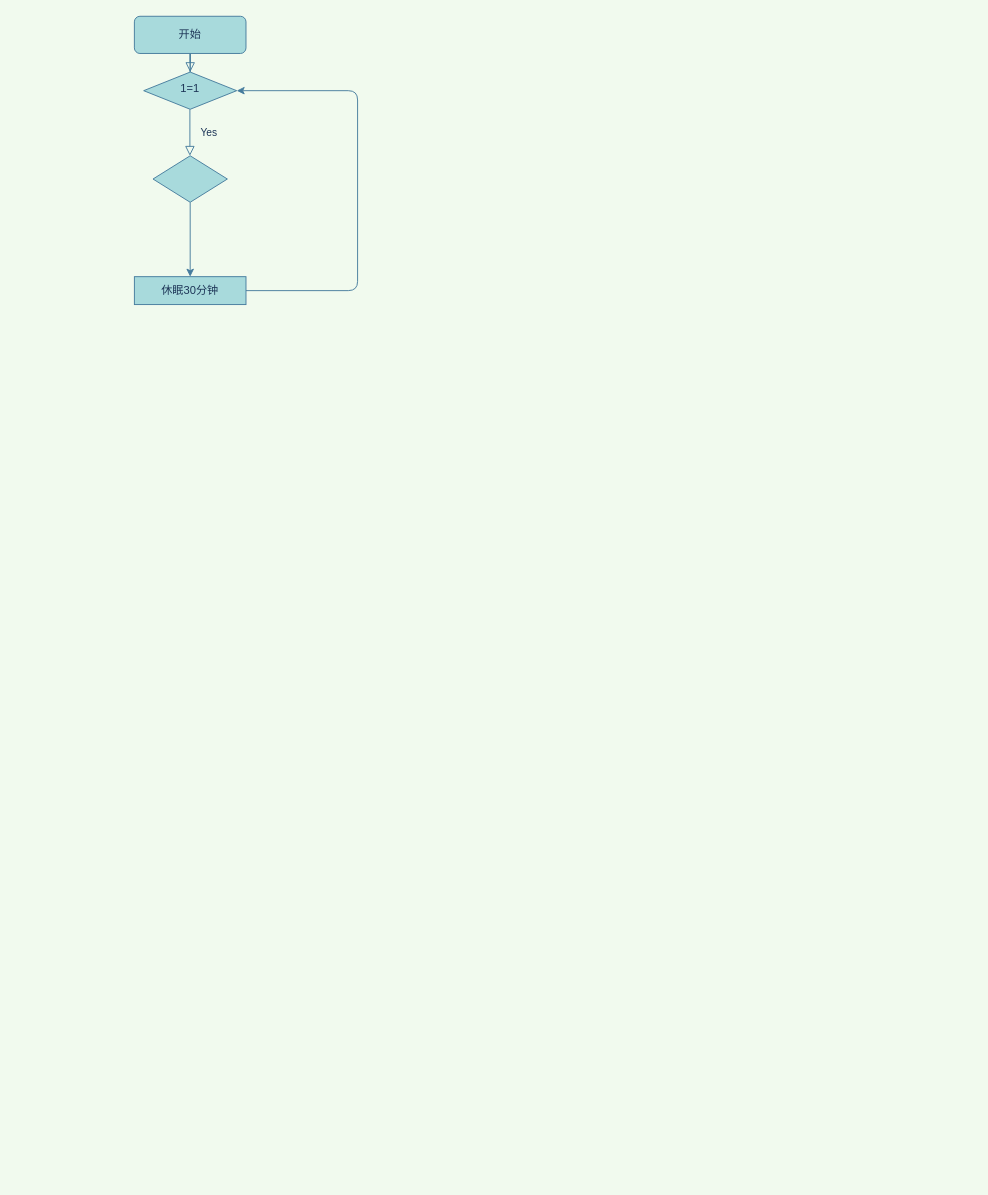
Before: draw/算法流程.drawio in wangwuhua11/draw, a draw.io diagram. Source tidied: cells renumbered, new cells numbered last; positions are measured from the earlier drawing's top-left corner, leaving out a move shared by most shapes. Both pictures are drawn from the tidied source at 93%, with x=0, y=0 at pixel (134, 16).
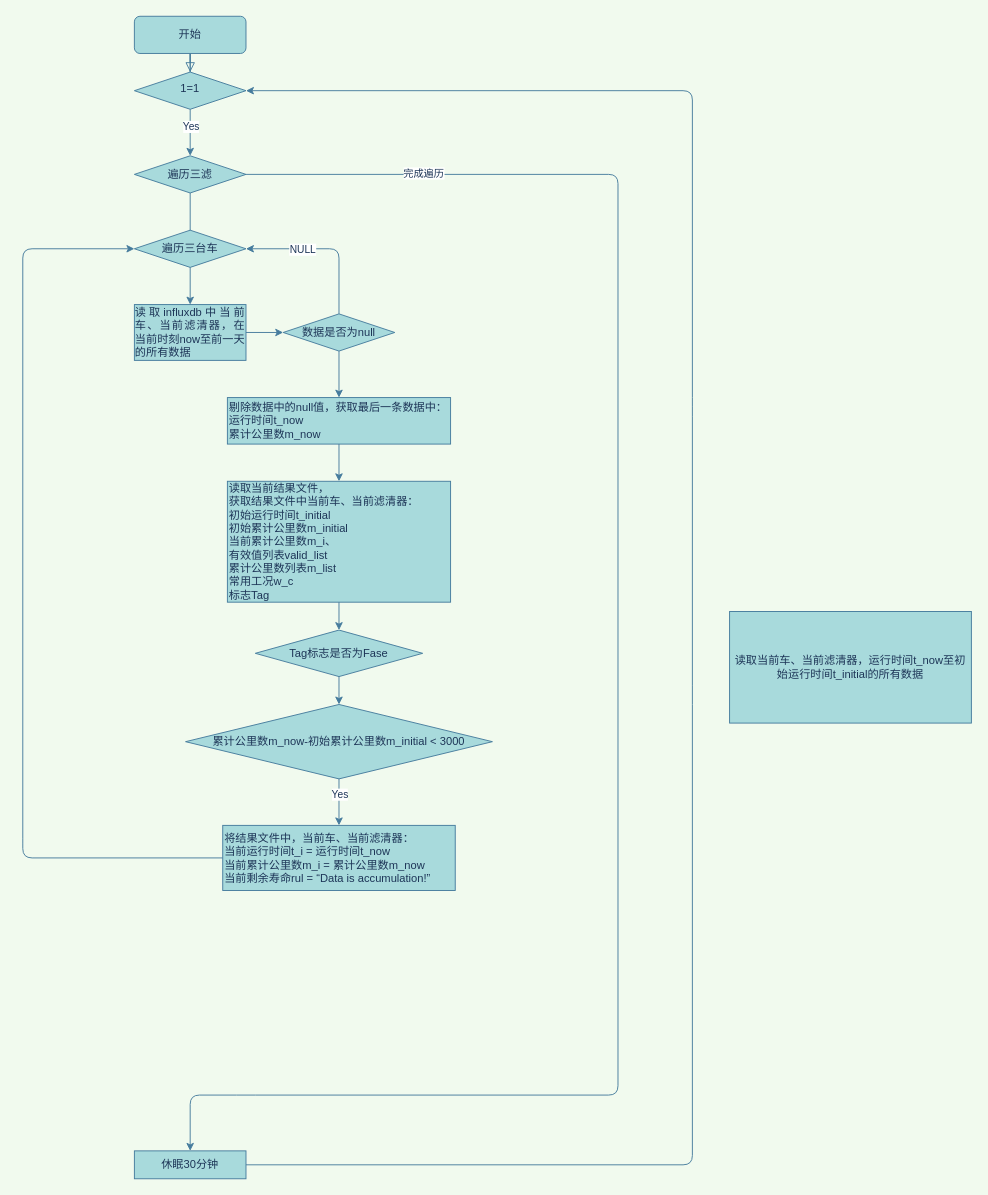
Above is the later version.

Commit message (it also covers changes not shown here):
更新算法流程.drawio

What changed in the source:
```diff
@@
-    <mxCell id="4" value="Yes" style="rounded=0;html=1;jettySize=auto;orthogonalLoop=1;fontSize=11;endArrow=block;endFill=0;endSize=8;strokeWidth=1;shadow=0;labelBackgroundColor=none;edgeStyle=orthogonalEdgeStyle;strokeColor=#457B9D;fontColor=#1D3557;" parent="1" edge="1">
-      <mxGeometry y="20" relative="1" as="geometry">
-        <mxPoint x="59.7" y="100" as="sourcePoint" />
-        <mxPoint x="59.7" y="150" as="targetPoint" />
-      </mxGeometry>
-    </mxCell>
     <mxCell id="5" value="1=1" style="rhombus;whiteSpace=wrap;html=1;shadow=0;fontFamily=Helvetica;fontSize=12;align=center;strokeWidth=1;spacing=6;spacingTop=-4;fillColor=#A8DADC;strokeColor=#457B9D;fontColor=#1D3557;" parent="1" vertex="1">
-      <mxGeometry x="10" y="60" width="100" height="40" as="geometry" />
+      <mxGeometry y="60" width="120" height="40" as="geometry" />
     </mxCell>
     <mxCell id="6" value="休眠30分钟" style="rounded=0;whiteSpace=wrap;html=1;sketch=0;fontColor=#1D3557;strokeColor=#457B9D;fillColor=#A8DADC;" parent="1" vertex="1">
-      <mxGeometry y="280" width="120" height="30" as="geometry" />
+      <mxGeometry y="1220" width="120" height="30" as="geometry" />
     </mxCell>
     <mxCell id="7" style="endArrow=classic;html=1;rounded=1;sketch=0;fontColor=#1D3557;strokeColor=#457B9D;fillColor=#A8DADC;curved=0;entryX=1;entryY=0.5;entryDx=0;entryDy=0;exitX=1;exitY=0.5;exitDx=0;exitDy=0;" parent="1" edge="1" source="6" target="5">
       <mxGeometry relative="1" as="geometry">
         <Array as="points">
-          <mxPoint x="240" y="295" />
-          <mxPoint x="240" y="80" />
+          <mxPoint x="600" y="1235" />
+          <mxPoint x="600" y="730" />
+          <mxPoint x="600" y="420" />
+          <mxPoint x="600" y="80" />
         </Array>
       </mxGeometry>
     </mxCell>
-    <mxCell id="8" style="endArrow=classic;html=1;rounded=1;sketch=0;fontColor=#1D3557;strokeColor=#457B9D;fillColor=#A8DADC;curved=0;exitX=0.5;exitY=1;exitDx=0;exitDy=0;entryX=0.5;entryY=0;entryDx=0;entryDy=0;" parent="1" edge="1" source="9" target="6">
-      <mxGeometry relative="1" as="geometry" />
-    </mxCell>
-    <mxCell id="9" style="rhombus;whiteSpace=wrap;html=1;rounded=0;sketch=0;fontColor=#1D3557;strokeColor=#457B9D;fillColor=#A8DADC;" parent="1" vertex="1">
-      <mxGeometry x="20" y="150" width="80" height="50" as="geometry" />
+    <mxCell id="9" value="遍历三滤" style="rhombus;whiteSpace=wrap;html=1;rounded=0;sketch=0;fontColor=#1D3557;strokeColor=#457B9D;fillColor=#A8DADC;" parent="1" vertex="1">
+      <mxGeometry y="150" width="120" height="40" as="geometry" />
     </mxCell>
+    <mxCell id="10" style="endArrow=classic;html=1;rounded=1;sketch=0;fontColor=#1D3557;strokeColor=#457B9D;fillColor=#A8DADC;curved=0;entryX=0.5;entryY=0;entryDx=0;entryDy=0;" parent="1" edge="1" target="6">
+      <mxGeometry relative="1" as="geometry">
+        <mxPoint x="120" y="170" as="sourcePoint" />
+        <Array as="points">
+          <mxPoint x="520" y="170" />
+          <mxPoint x="520" y="1160" />
+          <mxPoint x="120" y="1160" />
+          <mxPoint x="60" y="1160" />
+        </Array>
+      </mxGeometry>
+    </mxCell>
+    <mxCell id="11" value="完成遍历" style="edgeLabel;html=1;align=center;verticalAlign=middle;fontColor=#1D3557;labelBackgroundColor=default;" parent="10" vertex="1">
+      <mxGeometry x="-0.42" relative="1" as="geometry">
+        <mxPoint x="-210" y="-156" as="offset" />
+      </mxGeometry>
+    </mxCell>
+    <mxCell id="12" style="endArrow=classic;html=1;rounded=1;labelBackgroundColor=default;sketch=0;fontColor=#1D3557;strokeColor=#457B9D;fillColor=#A8DADC;curved=0;entryX=0.5;entryY=0;entryDx=0;entryDy=0;" parent="1" edge="1">
+      <mxGeometry relative="1" as="geometry">
+        <mxPoint x="60" y="190" as="sourcePoint" />
+        <mxPoint x="60" y="250" as="targetPoint" />
+      </mxGeometry>
+    </mxCell>
+    <mxCell id="13" value="遍历三台车" style="rhombus;whiteSpace=wrap;html=1;rounded=0;labelBackgroundColor=none;sketch=0;fontColor=#1D3557;strokeColor=#457B9D;fillColor=#A8DADC;" parent="1" vertex="1">
+      <mxGeometry y="230" width="120" height="40" as="geometry" />
+    </mxCell>
+    <mxCell id="14" style="endArrow=classic;html=1;rounded=1;labelBackgroundColor=none;sketch=0;fontColor=#1D3557;strokeColor=#457B9D;fillColor=#A8DADC;curved=0;entryX=0.5;entryY=0;entryDx=0;entryDy=0;" parent="1" edge="1" target="9">
+      <mxGeometry relative="1" as="geometry">
+        <mxPoint x="60" y="100" as="sourcePoint" />
+      </mxGeometry>
+    </mxCell>
+    <mxCell id="15" value="Yes" style="edgeLabel;html=1;align=center;verticalAlign=middle;fontColor=#1D3557;" parent="14" vertex="1">
+      <mxGeometry x="-0.29" relative="1" as="geometry" />
+    </mxCell>
+    <mxCell id="16" value="&lt;div align=&quot;justify&quot;&gt;读取influxdb中当前车、当前滤清器，在当前时刻now至前一天的所有数据&lt;/div&gt;" style="rounded=0;whiteSpace=wrap;html=1;labelBackgroundColor=none;sketch=0;fontColor=#1D3557;strokeColor=#457B9D;fillColor=#A8DADC;" parent="1" vertex="1">
+      <mxGeometry y="310" width="120" height="60" as="geometry" />
+    </mxCell>
+    <mxCell id="17" value="数据是否为null" style="rhombus;whiteSpace=wrap;html=1;rounded=0;labelBackgroundColor=none;sketch=0;fontColor=#1D3557;strokeColor=#457B9D;fillColor=#A8DADC;" parent="1" vertex="1">
+      <mxGeometry x="160" y="320" width="120" height="40" as="geometry" />
+    </mxCell>
+    <mxCell id="18" style="endArrow=classic;html=1;rounded=1;labelBackgroundColor=none;sketch=0;fontColor=#1D3557;strokeColor=#457B9D;fillColor=#A8DADC;curved=0;exitX=0.5;exitY=0;exitDx=0;exitDy=0;entryX=1;entryY=0.5;entryDx=0;entryDy=0;" parent="1" edge="1" source="17" target="13">
+      <mxGeometry relative="1" as="geometry">
+        <Array as="points">
+          <mxPoint x="220" y="250" />
+        </Array>
+      </mxGeometry>
+    </mxCell>
+    <mxCell id="19" value="NULL" style="edgeLabel;html=1;align=center;verticalAlign=middle;fontColor=#1D3557;labelBackgroundColor=default;labelBorderColor=none;" parent="18" vertex="1">
+      <mxGeometry x="0.08" y="-2" relative="1" as="geometry">
+        <mxPoint x="-18" y="2" as="offset" />
+      </mxGeometry>
+    </mxCell>
+    <mxCell id="20" style="endArrow=classic;html=1;rounded=1;labelBackgroundColor=none;sketch=0;fontColor=#1D3557;strokeColor=#457B9D;fillColor=#A8DADC;curved=0;exitX=0.5;exitY=1;exitDx=0;exitDy=0;entryX=0.5;entryY=0;entryDx=0;entryDy=0;" parent="1" edge="1" source="13" target="16">
+      <mxGeometry relative="1" as="geometry" />
+    </mxCell>
+    <mxCell id="21" style="endArrow=classic;html=1;rounded=1;labelBackgroundColor=none;sketch=0;fontColor=#1D3557;strokeColor=#457B9D;fillColor=#A8DADC;curved=0;exitX=1;exitY=0.5;exitDx=0;exitDy=0;" parent="1" edge="1" source="16" target="17">
+      <mxGeometry relative="1" as="geometry" />
+    </mxCell>
+    <mxCell id="22" value="&lt;div align=&quot;left&quot;&gt;读取当前结果文件，&lt;/div&gt;&lt;div align=&quot;left&quot;&gt;获取结果文件中当前车、当前滤清器：&lt;/div&gt;&lt;div align=&quot;left&quot;&gt;初始运行时间t_initial&lt;/div&gt;&lt;div align=&quot;left&quot;&gt;初始累计公里数m_initial&lt;/div&gt;&lt;div align=&quot;left&quot;&gt;当前累计公里数m_i、&lt;/div&gt;&lt;div align=&quot;left&quot;&gt;有效值列表valid_list&lt;/div&gt;&lt;div align=&quot;left&quot;&gt;累计公里数列表m_list&lt;/div&gt;&lt;div align=&quot;left&quot;&gt;常用工况w_c&lt;/div&gt;&lt;div align=&quot;left&quot;&gt;标志Tag&lt;/div&gt;" style="rounded=0;whiteSpace=wrap;html=1;labelBackgroundColor=none;sketch=0;fontColor=#1D3557;strokeColor=#457B9D;fillColor=#A8DADC;align=left;" parent="1" vertex="1">
+      <mxGeometry x="100" y="500" width="240" height="130" as="geometry" />
+    </mxCell>
+    <mxCell id="23" value="&lt;div align=&quot;left&quot;&gt;剔除数据中的null值，获取最后一条数据中：&lt;/div&gt;&lt;div align=&quot;left&quot;&gt;运行时间t_now&lt;/div&gt;&lt;div align=&quot;left&quot;&gt;累计公里数m_now&lt;/div&gt;" style="rounded=0;whiteSpace=wrap;html=1;labelBackgroundColor=none;sketch=0;fontColor=#1D3557;strokeColor=#457B9D;fillColor=#A8DADC;align=left;" parent="1" vertex="1">
+      <mxGeometry x="100" y="410" width="240" height="50" as="geometry" />
+    </mxCell>
+    <mxCell id="24" style="endArrow=classic;html=1;rounded=1;labelBackgroundColor=none;sketch=0;fontColor=#1D3557;strokeColor=#457B9D;fillColor=#A8DADC;curved=0;exitX=0.5;exitY=1;exitDx=0;exitDy=0;" parent="1" edge="1" source="17" target="23">
+      <mxGeometry relative="1" as="geometry" />
+    </mxCell>
+    <mxCell id="25" style="endArrow=classic;html=1;rounded=1;labelBackgroundColor=none;sketch=0;fontColor=#1D3557;strokeColor=#457B9D;fillColor=#A8DADC;curved=0;exitX=0.5;exitY=1;exitDx=0;exitDy=0;entryX=0.5;entryY=0;entryDx=0;entryDy=0;" parent="1" edge="1" source="23" target="22">
+      <mxGeometry relative="1" as="geometry" />
+    </mxCell>
+    <mxCell id="26" value="Tag标志是否为Fase" style="rhombus;whiteSpace=wrap;html=1;rounded=0;labelBackgroundColor=none;labelBorderColor=none;sketch=0;fontColor=#1D3557;strokeColor=#457B9D;fillColor=#A8DADC;" parent="1" vertex="1">
+      <mxGeometry x="130" y="660" width="180" height="50" as="geometry" />
+    </mxCell>
+    <mxCell id="27" value="累计公里数m_now-初始累计公里数m_initial &amp;lt; 3000" style="rhombus;whiteSpace=wrap;html=1;rounded=0;labelBackgroundColor=none;labelBorderColor=none;sketch=0;fontColor=#1D3557;strokeColor=#457B9D;fillColor=#A8DADC;" parent="1" vertex="1">
+      <mxGeometry x="55" y="740" width="330" height="80" as="geometry" />
+    </mxCell>
+    <mxCell id="28" style="endArrow=classic;html=1;rounded=1;labelBackgroundColor=none;sketch=0;fontColor=#1D3557;strokeColor=#457B9D;fillColor=#A8DADC;curved=0;exitX=0.5;exitY=1;exitDx=0;exitDy=0;entryX=0.5;entryY=0;entryDx=0;entryDy=0;" parent="1" edge="1" source="22" target="26">
+      <mxGeometry relative="1" as="geometry" />
+    </mxCell>
+    <mxCell id="29" style="endArrow=classic;html=1;rounded=1;labelBackgroundColor=none;sketch=0;fontColor=#1D3557;strokeColor=#457B9D;fillColor=#A8DADC;curved=0;exitX=0.5;exitY=1;exitDx=0;exitDy=0;entryX=0.5;entryY=0;entryDx=0;entryDy=0;" parent="1" edge="1" source="26" target="27">
+      <mxGeometry relative="1" as="geometry" />
+    </mxCell>
+    <mxCell id="30" value="&lt;div&gt;将结果文件中，当前车、当前滤清器：&lt;/div&gt;&lt;div&gt;当前运行时间t_i = 运行时间t_now&lt;/div&gt;&lt;div&gt;当前累计公里数m_i = 累计公里数m_now&lt;/div&gt;&lt;div&gt;当前剩余寿命rul = “Data is accumulation!”&lt;br&gt;&lt;/div&gt;" style="rounded=0;whiteSpace=wrap;html=1;labelBackgroundColor=none;labelBorderColor=none;sketch=0;fontColor=#1D3557;strokeColor=#457B9D;fillColor=#A8DADC;align=left;" parent="1" vertex="1">
+      <mxGeometry x="95" y="870" width="250" height="70" as="geometry" />
+    </mxCell>
+    <mxCell id="31" style="endArrow=classic;html=1;rounded=1;labelBackgroundColor=none;sketch=0;fontColor=#1D3557;strokeColor=#457B9D;fillColor=#A8DADC;curved=0;exitX=0.5;exitY=1;exitDx=0;exitDy=0;" parent="1" edge="1" source="27" target="30">
+      <mxGeometry relative="1" as="geometry" />
+    </mxCell>
+    <mxCell id="32" value="Yes" style="edgeLabel;html=1;align=center;verticalAlign=middle;fontColor=#1D3557;" parent="31" vertex="1">
+      <mxGeometry x="-0.35" relative="1" as="geometry" />
+    </mxCell>
+    <mxCell id="33" style="endArrow=classic;html=1;rounded=1;labelBackgroundColor=none;sketch=0;fontColor=#1D3557;strokeColor=#457B9D;fillColor=#A8DADC;curved=0;exitX=0;exitY=0.5;exitDx=0;exitDy=0;entryX=0;entryY=0.5;entryDx=0;entryDy=0;" parent="1" edge="1" source="30" target="13">
+      <mxGeometry relative="1" as="geometry">
+        <Array as="points">
+          <mxPoint x="-120" y="905" />
+          <mxPoint x="-120" y="885" />
+          <mxPoint x="-120" y="250" />
+        </Array>
+      </mxGeometry>
+    </mxCell>
+    <mxCell id="34" value="读取当前车、当前滤清器，运行时间t_now至初始运行时间t_initial的所有数据" style="rounded=0;whiteSpace=wrap;html=1;labelBackgroundColor=none;labelBorderColor=none;sketch=0;fontColor=#1D3557;strokeColor=#457B9D;fillColor=#A8DADC;" parent="1" vertex="1">
+      <mxGeometry x="640" y="640" width="260" height="120" as="geometry" />
+    </mxCell>
```
